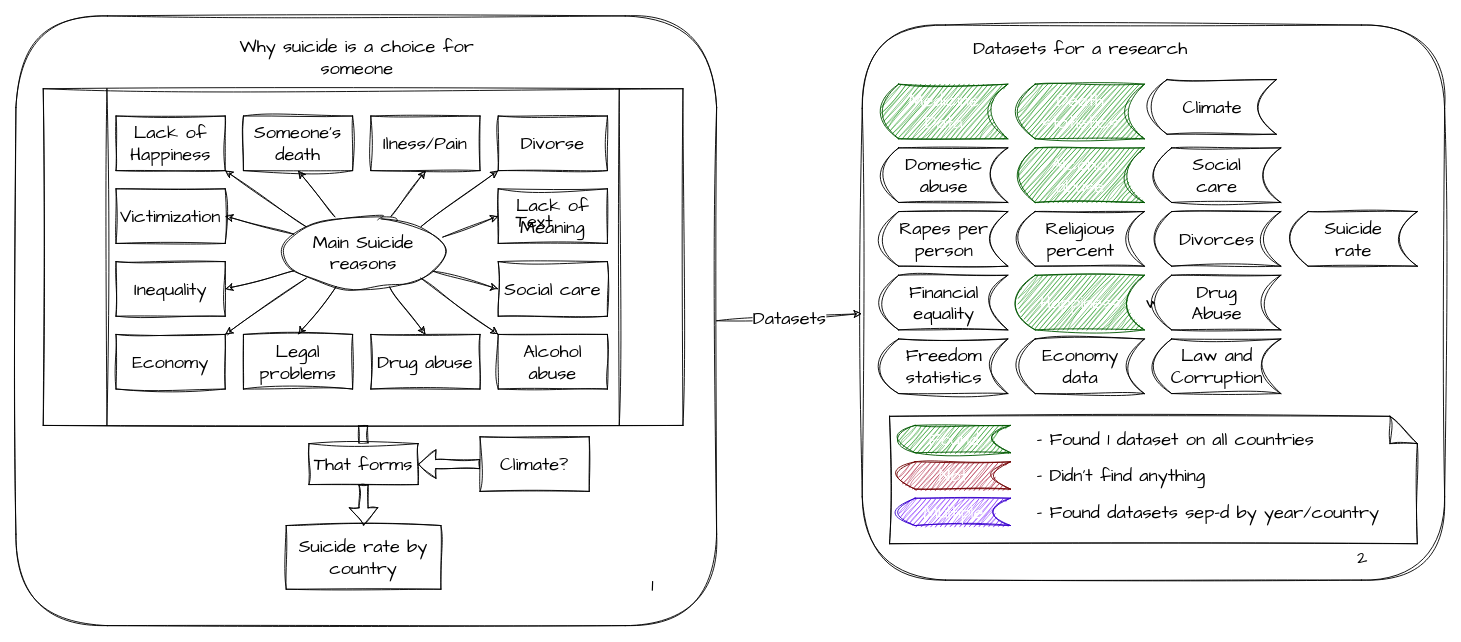
Before: Schema.drawio in BaakhOfficial/Suicide-Rate-Analysis, a draw.io diagram. Source tidied: cells renumbered, new cells numbered last; positions are measured from the earlier drawing's top-left corner, leaving out a move shared by most shapes. Both pictures are drawn from the tidied source at 91%, with x=0, y=0 at pixel (15, 15).
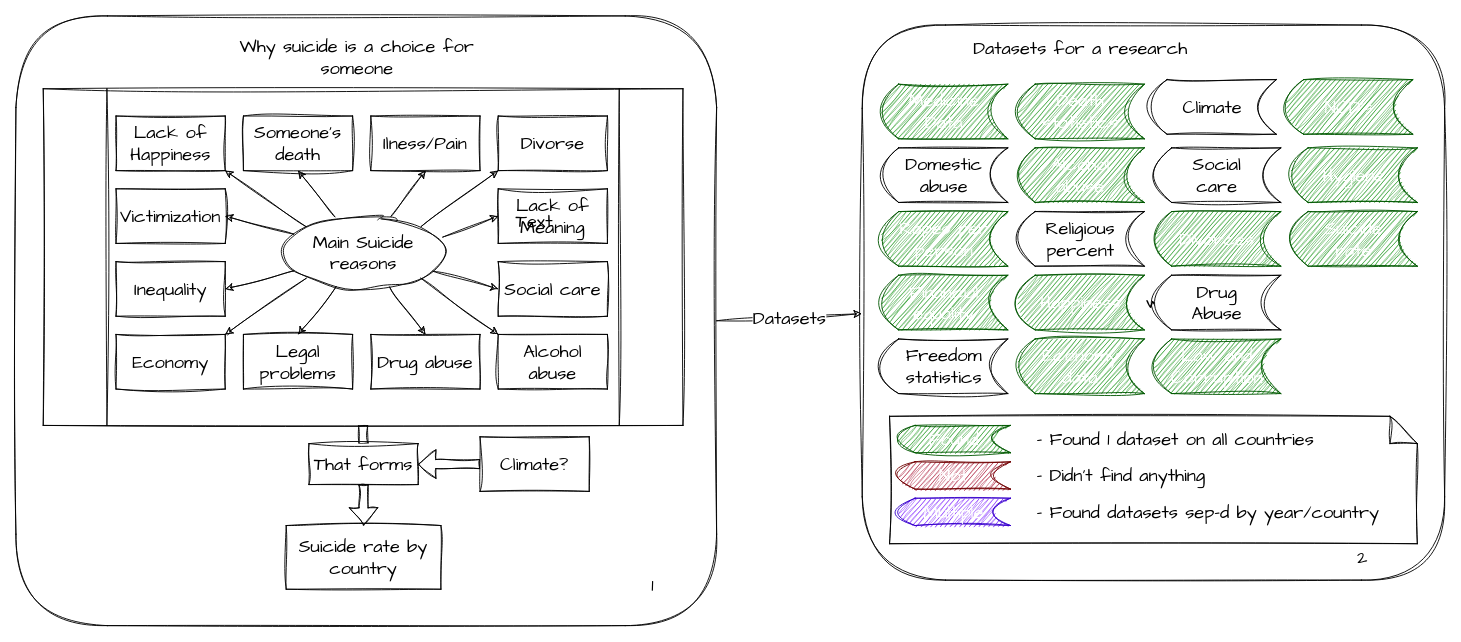
After the change.

Commit message:
Updated Souece List

Diff of the diagram source:
```diff
@@
-    <mxCell id="47" value="Rapes per person" style="shape=dataStorage;whiteSpace=wrap;html=1;fixedSize=1;sketch=1;hachureGap=4;jiggle=2;curveFitting=1;fontFamily=Architects Daughter;fontSize=20;" parent="1" vertex="1">
+    <mxCell id="47" value="Rapes per person" style="shape=dataStorage;whiteSpace=wrap;html=1;fixedSize=1;sketch=1;hachureGap=4;jiggle=2;curveFitting=1;fontFamily=Architects Daughter;fontSize=20;fillColor=#008a00;fontColor=#ffffff;strokeColor=#005700;" parent="1" vertex="1">
       <mxGeometry x="950" y="215" width="140" height="60" as="geometry" />
     </mxCell>
-    <mxCell id="48" value="Financial equality" style="shape=dataStorage;whiteSpace=wrap;html=1;fixedSize=1;sketch=1;hachureGap=4;jiggle=2;curveFitting=1;fontFamily=Architects Daughter;fontSize=20;" parent="1" vertex="1">
+    <mxCell id="48" value="Financial equality" style="shape=dataStorage;whiteSpace=wrap;html=1;fixedSize=1;sketch=1;hachureGap=4;jiggle=2;curveFitting=1;fontFamily=Architects Daughter;fontSize=20;fillColor=#008a00;fontColor=#ffffff;strokeColor=#005700;" parent="1" vertex="1">
       <mxGeometry x="950" y="285" width="140" height="60" as="geometry" />
     </mxCell>
@@
-    <mxCell id="50" value="Economy&lt;br&gt;data" style="shape=dataStorage;whiteSpace=wrap;html=1;fixedSize=1;sketch=1;hachureGap=4;jiggle=2;curveFitting=1;fontFamily=Architects Daughter;fontSize=20;" parent="1" vertex="1">
+    <mxCell id="50" value="Economy&lt;br&gt;data" style="shape=dataStorage;whiteSpace=wrap;html=1;fixedSize=1;sketch=1;hachureGap=4;jiggle=2;curveFitting=1;fontFamily=Architects Daughter;fontSize=20;fillColor=#008a00;fontColor=#ffffff;strokeColor=#005700;" parent="1" vertex="1">
       <mxGeometry x="1100" y="355" width="140" height="60" as="geometry" />
     </mxCell>
-    <mxCell id="51" value="Law and Corruption" style="shape=dataStorage;whiteSpace=wrap;html=1;fixedSize=1;sketch=1;hachureGap=4;jiggle=2;curveFitting=1;fontFamily=Architects Daughter;fontSize=20;" parent="1" vertex="1">
+    <mxCell id="51" value="Law and Corruption" style="shape=dataStorage;whiteSpace=wrap;html=1;fixedSize=1;sketch=1;hachureGap=4;jiggle=2;curveFitting=1;fontFamily=Architects Daughter;fontSize=20;fillColor=#008a00;fontColor=#ffffff;strokeColor=#005700;" parent="1" vertex="1">
       <mxGeometry x="1250" y="355" width="140" height="60" as="geometry" />
     </mxCell>
@@
-    <mxCell id="53" value="Divorces" style="shape=dataStorage;whiteSpace=wrap;html=1;fixedSize=1;sketch=1;hachureGap=4;jiggle=2;curveFitting=1;fontFamily=Architects Daughter;fontSize=20;" parent="1" vertex="1">
+    <mxCell id="53" value="Divorces" style="shape=dataStorage;whiteSpace=wrap;html=1;fixedSize=1;sketch=1;hachureGap=4;jiggle=2;curveFitting=1;fontFamily=Architects Daughter;fontSize=20;fillColor=#008a00;fontColor=#ffffff;strokeColor=#005700;" parent="1" vertex="1">
       <mxGeometry x="1250" y="215" width="140" height="60" as="geometry" />
     </mxCell>
@@
-    <mxCell id="55" value="Suicide&lt;br&gt;rate" style="shape=dataStorage;whiteSpace=wrap;html=1;fixedSize=1;sketch=1;hachureGap=4;jiggle=2;curveFitting=1;fontFamily=Architects Daughter;fontSize=20;" parent="1" vertex="1">
+    <mxCell id="55" value="Suicide&lt;br&gt;rate" style="shape=dataStorage;whiteSpace=wrap;html=1;fixedSize=1;sketch=1;hachureGap=4;jiggle=2;curveFitting=1;fontFamily=Architects Daughter;fontSize=20;fillColor=#008a00;fontColor=#ffffff;strokeColor=#005700;" parent="1" vertex="1">
       <mxGeometry x="1400" y="215" width="140" height="60" as="geometry" />
     </mxCell>
@@
+    <mxCell id="66" value="Hygiene" style="shape=dataStorage;whiteSpace=wrap;html=1;fixedSize=1;sketch=1;hachureGap=4;jiggle=2;curveFitting=1;fontFamily=Architects Daughter;fontSize=20;fillColor=#008a00;fontColor=#ffffff;strokeColor=#005700;" parent="1" vertex="1">
+      <mxGeometry x="1400" y="145" width="140" height="60" as="geometry" />
+    </mxCell>
+    <mxCell id="67" value="NCD's" style="shape=dataStorage;whiteSpace=wrap;html=1;fixedSize=1;sketch=1;hachureGap=4;jiggle=2;curveFitting=1;fontFamily=Architects Daughter;fontSize=20;fillColor=#008a00;fontColor=#ffffff;strokeColor=#005700;" parent="1" vertex="1">
+      <mxGeometry x="1395" y="70" width="140" height="60" as="geometry" />
+    </mxCell>
```
